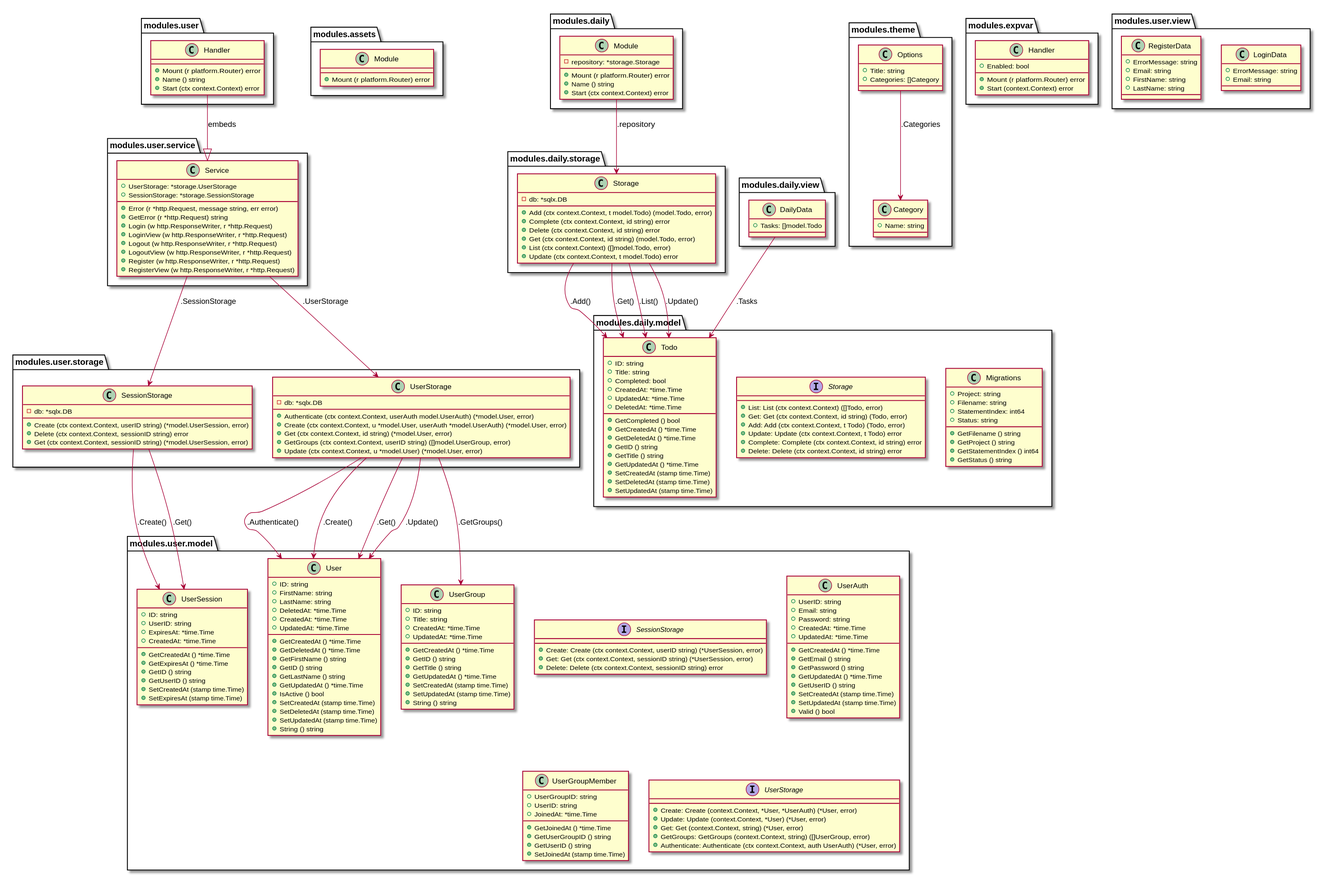
The PlantUML diagram docs/structure.svg in titpetric/platform-app, before a commit.
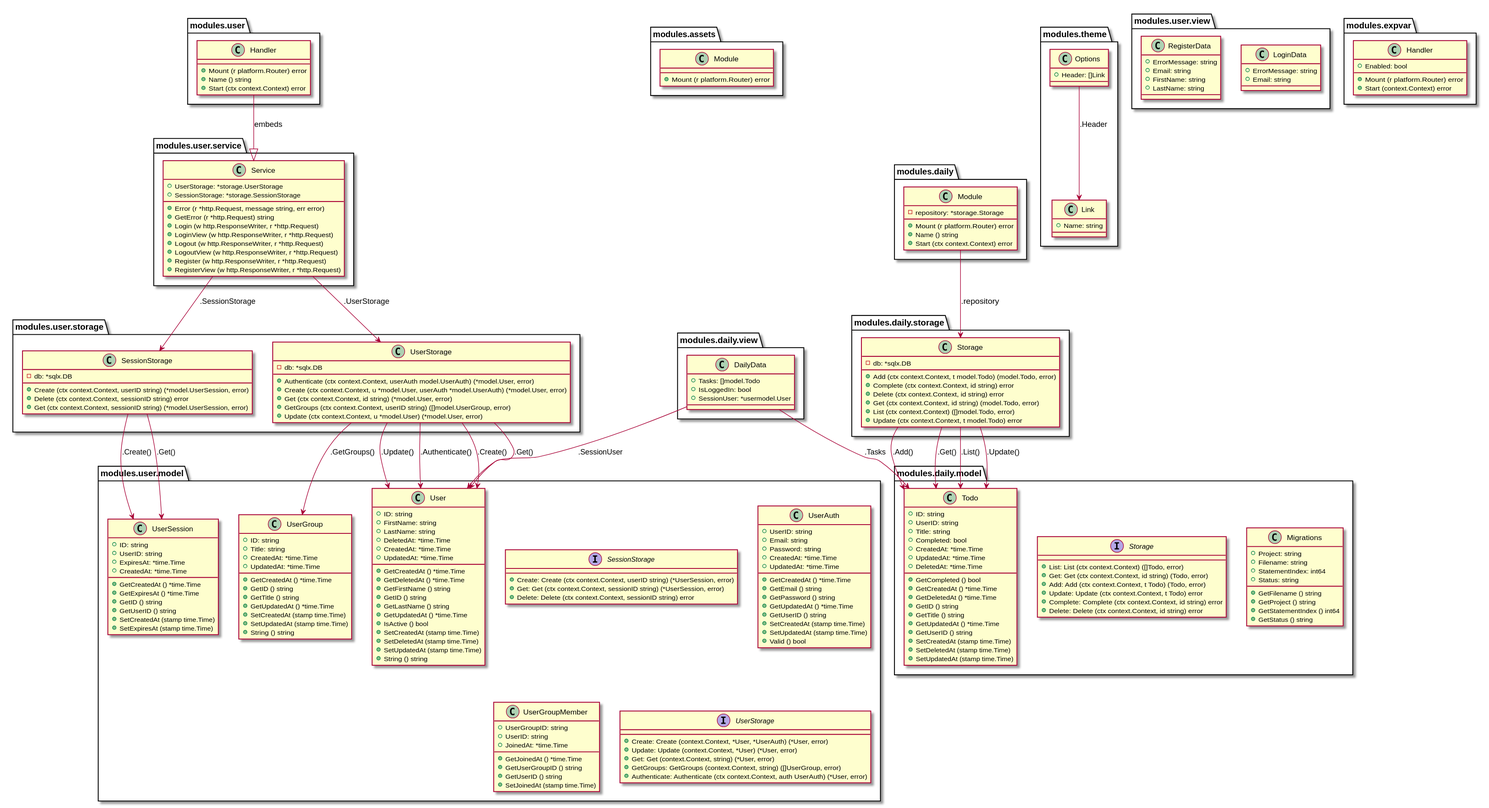
The same file after the commit.

What changed in the source:
```diff
@@ -26,6 +26,7 @@
 
 class "modules.daily.model.Todo" {
   + ID: string
+  + UserID: string
   + Title: string
   + Completed: bool
   + CreatedAt: *time.Time
@@ -37,45 +38,10 @@
   + GetID () string
   + GetTitle () string
   + GetUpdatedAt () *time.Time
+  + GetUserID () string
   + SetCreatedAt (stamp time.Time)
   + SetDeletedAt (stamp time.Time)
   + SetUpdatedAt (stamp time.Time)
-}
-
-class "modules.daily.storage.Storage" {
-  - db: *sqlx.DB
-  + Add (ctx context.Context, t model.Todo) (model.Todo, error)
-  + Complete (ctx context.Context, id string) error
-  + Delete (ctx context.Context, id string) error
-  + Get (ctx context.Context, id string) (model.Todo, error)
-  + List (ctx context.Context) ([]model.Todo, error)
-  + Update (ctx context.Context, t model.Todo) error
-}
-
-class "modules.theme.Category" {
-  + Name: string
-}
-
-class "modules.theme.Options" {
-  + Title: string
-  + Categories: []Category
-}
-
-class "modules.daily.view.DailyData" {
-  + Tasks: []model.Todo
-}
-
-class "modules.daily.Module" {
-  - repository: *storage.Storage
-  + Mount (r platform.Router) error
-  + Name () string
-  + Start (ctx context.Context) error
-}
-
-class "modules.expvar.Handler" {
-  + Enabled: bool
-  + Mount (r platform.Router) error
-  + Start (context.Context) error
 }
 
 interface "modules.user.model.SessionStorage" {
@@ -181,6 +147,14 @@
   + Update (ctx context.Context, u *model.User) (*model.User, error)
 }
 
+class "modules.theme.Link" {
+  + Name: string
+}
+
+class "modules.theme.Options" {
+  + Header: []Link
+}
+
 class "modules.user.view.LoginData" {
   + ErrorMessage: string
   + Email: string
@@ -212,21 +186,37 @@
   + Start (ctx context.Context) error
 }
 
+class "modules.daily.storage.Storage" {
+  - db: *sqlx.DB
+  + Add (ctx context.Context, t model.Todo) (model.Todo, error)
+  + Complete (ctx context.Context, id string) error
+  + Delete (ctx context.Context, id string) error
+  + Get (ctx context.Context, id string) (model.Todo, error)
+  + List (ctx context.Context) ([]model.Todo, error)
+  + Update (ctx context.Context, t model.Todo) error
+}
+
+class "modules.daily.view.DailyData" {
+  + Tasks: []model.Todo
+  + IsLoggedIn: bool
+  + SessionUser: *usermodel.User
+}
+
+class "modules.daily.Module" {
+  - repository: *storage.Storage
+  + Mount (r platform.Router) error
+  + Name () string
+  + Start (ctx context.Context) error
+}
+
+class "modules.expvar.Handler" {
+  + Enabled: bool
+  + Mount (r platform.Router) error
+  + Start (context.Context) error
+}
 
 
 
-
-
-"modules.daily.storage.Storage" --> "modules.daily.model.Todo" : .Add()
-"modules.daily.storage.Storage" --> "modules.daily.model.Todo" : .Get()
-"modules.daily.storage.Storage" --> "modules.daily.model.Todo" : .List()
-"modules.daily.storage.Storage" --> "modules.daily.model.Todo" : .Update()
-
-"modules.theme.Options" --> "modules.theme.Category" : .Categories
-
-"modules.daily.view.DailyData" --> "modules.daily.model.Todo" : .Tasks
-
-"modules.daily.Module" --> "modules.daily.storage.Storage" : .repository
 
 
 
@@ -246,6 +236,9 @@
 "modules.user.storage.UserStorage" --> "modules.user.model.UserGroup" : .GetGroups()
 "modules.user.storage.UserStorage" --> "modules.user.model.User" : .Update()
 
+"modules.theme.Options" --> "modules.theme.Link" : .Header
+
+
 
 "modules.user.service.Service" --> "modules.user.storage.UserStorage" : .UserStorage
 "modules.user.service.Service" --> "modules.user.storage.SessionStorage" : .SessionStorage
@@ -253,4 +246,15 @@
 "modules.user.Handler" --|> "modules.user.service.Service" : embeds
 
 
+"modules.daily.storage.Storage" --> "modules.daily.model.Todo" : .Add()
+"modules.daily.storage.Storage" --> "modules.daily.model.Todo" : .Get()
+"modules.daily.storage.Storage" --> "modules.daily.model.Todo" : .List()
+"modules.daily.storage.Storage" --> "modules.daily.model.Todo" : .Update()
+"modules.daily.view.DailyData" --> "modules.daily.model.Todo" : .Tasks
+"modules.daily.view.DailyData" --> "modules.user.model.User" : .SessionUser
+
+"modules.daily.Module" --> "modules.daily.storage.Storage" : .repository
+
+
+
 @enduml
```
